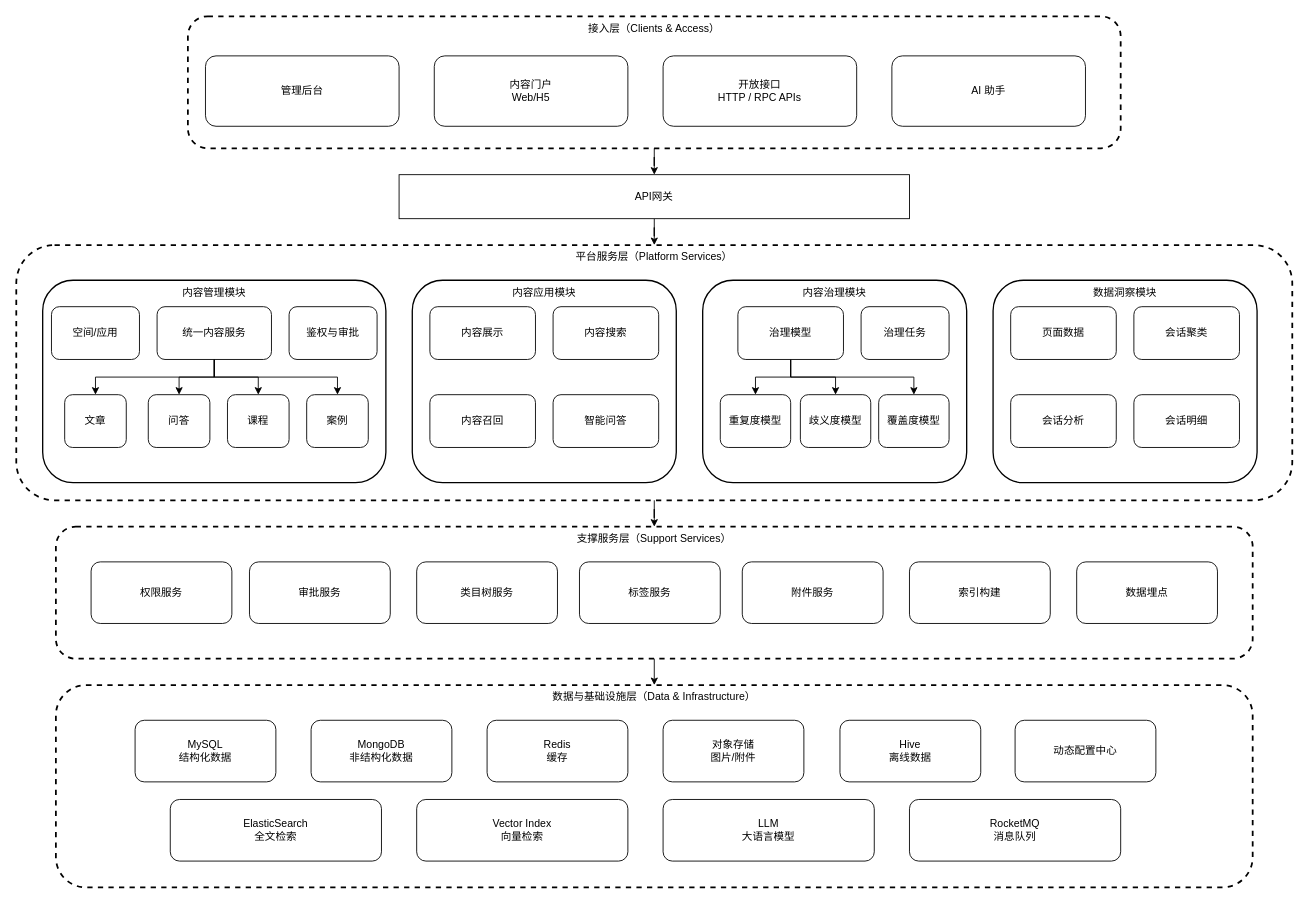
The draw.io diagram page "系统架构图" (9 of 25) of figure/figures.drawio in jqq04/nju-thesis-2026, before the edit. Source tidied: cells renumbered, new cells numbered last; positions are measured from the earlier drawing's top-left corner, leaving out a move shared by most shapes. Both pictures are drawn from the tidied source at 88%, with x=0, y=0 at pixel (16, 16).
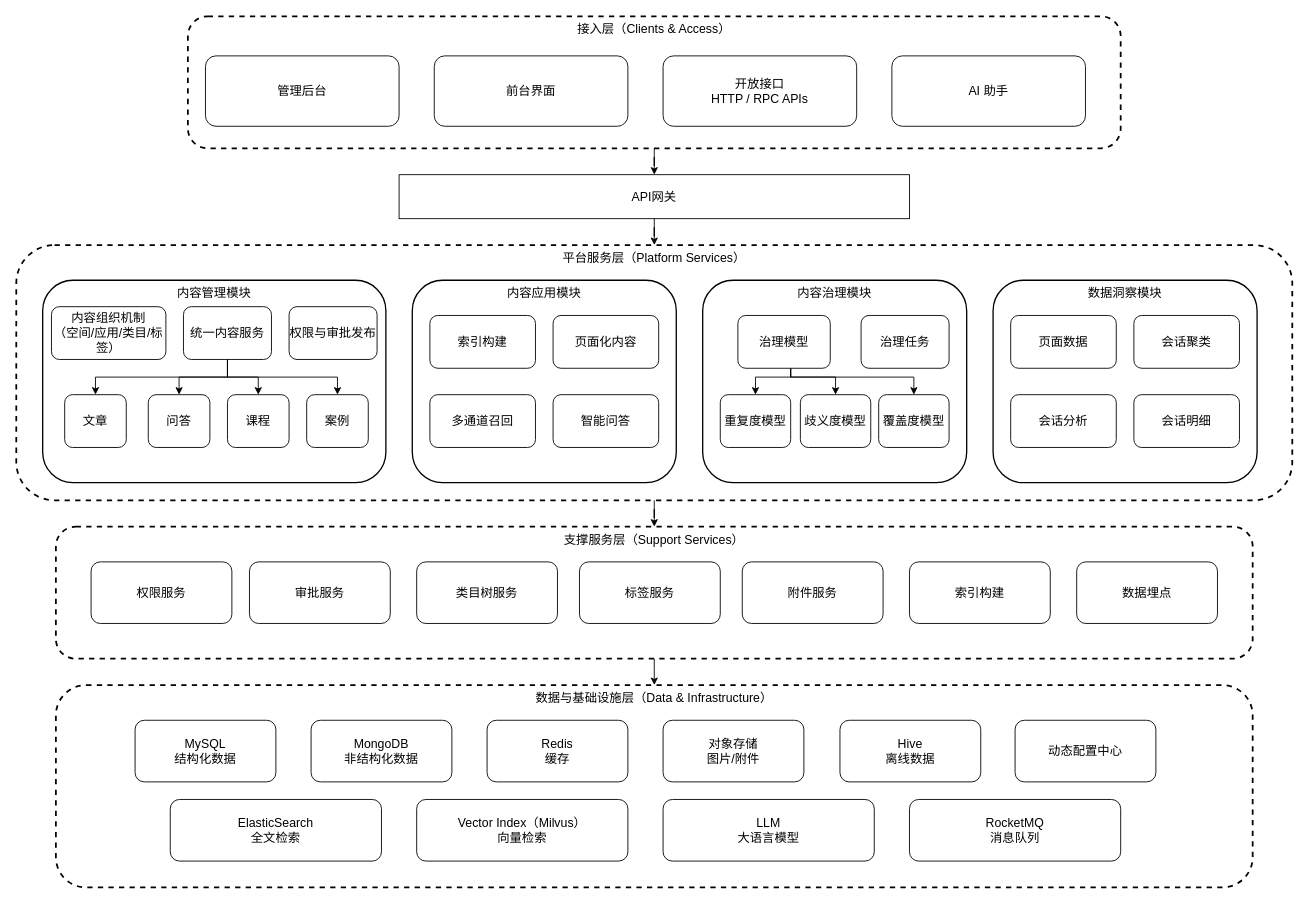
Above is the later version.

The edit, as a diff of the source:
```diff
@@
-    <mxCell id="2" style="edgeStyle=orthogonalEdgeStyle;rounded=0;jettySize=auto;html=1;entryX=0.5;entryY=0;entryDx=0;entryDy=0;" parent="1" edge="1" source="3" target="18">
+    <mxCell id="2" style="edgeStyle=orthogonalEdgeStyle;rounded=0;jettySize=auto;html=1;entryX=0.5;entryY=0;entryDx=0;entryDy=0;fontSize=14;" parent="1" edge="1" source="3" target="18">
       <mxGeometry relative="1" as="geometry" />
     </mxCell>
-    <mxCell id="3" value="平台服务层（Platform Services）" style="rounded=1;whiteSpace=wrap;html=1;strokeWidth=2;fillColor=none;verticalAlign=top;dashed=1;" parent="1" vertex="1">
+    <mxCell id="3" value="平台服务层（Platform Services）" style="rounded=1;whiteSpace=wrap;html=1;strokeWidth=2;fillColor=none;verticalAlign=top;dashed=1;fontSize=14;" parent="1" vertex="1">
       <mxGeometry y="260" width="1450" height="290" as="geometry" />
     </mxCell>
-    <mxCell id="4" style="edgeStyle=orthogonalEdgeStyle;rounded=0;jettySize=auto;html=1;" parent="1" edge="1" source="5" target="60">
+    <mxCell id="4" style="edgeStyle=orthogonalEdgeStyle;rounded=0;jettySize=auto;html=1;fontSize=14;" parent="1" edge="1" source="5" target="60">
       <mxGeometry relative="1" as="geometry" />
     </mxCell>
-    <mxCell id="5" value="接入层（Clients &amp;amp; Access）" style="rounded=1;whiteSpace=wrap;html=1;strokeWidth=2;fillColor=none;align=center;verticalAlign=top;dashed=1;" parent="1" vertex="1">
+    <mxCell id="5" value="接入层（Clients &amp;amp; Access）" style="rounded=1;whiteSpace=wrap;html=1;strokeWidth=2;fillColor=none;align=center;verticalAlign=top;dashed=1;fontSize=14;" parent="1" vertex="1">
       <mxGeometry x="195" width="1060" height="150" as="geometry" />
     </mxCell>
-    <mxCell id="6" value="数据与基础设施层（Data &amp; Infrastructure）" style="rounded=1;whiteSpace=wrap;html=1;strokeWidth=2;fillColor=none;verticalAlign=top;dashed=1;" parent="1" vertex="1">
+    <mxCell id="6" value="数据与基础设施层（Data &amp;amp; Infrastructure）" style="rounded=1;whiteSpace=wrap;html=1;strokeWidth=2;fillColor=none;verticalAlign=top;dashed=1;fontSize=14;" parent="1" vertex="1">
       <mxGeometry x="45" y="760" width="1360" height="230" as="geometry" />
     </mxCell>
-    <mxCell id="7" value="管理后台" style="rounded=1;whiteSpace=wrap;html=1;" parent="1" vertex="1">
+    <mxCell id="7" value="管理后台" style="rounded=1;whiteSpace=wrap;html=1;fontSize=14;" parent="1" vertex="1">
       <mxGeometry x="215" y="45" width="220" height="80" as="geometry" />
     </mxCell>
-    <mxCell id="8" value="内容门户&lt;br&gt;&lt;div&gt;Web/H5&lt;/div&gt;" style="rounded=1;whiteSpace=wrap;html=1;" parent="1" vertex="1">
+    <mxCell id="8" value="前台界面" style="rounded=1;whiteSpace=wrap;html=1;fontSize=14;" parent="1" vertex="1">
       <mxGeometry x="475" y="45" width="220" height="80" as="geometry" />
     </mxCell>
-    <mxCell id="9" value="开放接口&#10;HTTP / RPC APIs" style="rounded=1;whiteSpace=wrap;html=1;" parent="1" vertex="1">
+    <mxCell id="9" value="开放接口&#10;HTTP / RPC APIs" style="rounded=1;whiteSpace=wrap;html=1;fontSize=14;" parent="1" vertex="1">
       <mxGeometry x="735" y="45" width="220" height="80" as="geometry" />
     </mxCell>
-    <mxCell id="10" value="AI 助手" style="rounded=1;whiteSpace=wrap;html=1;" parent="1" vertex="1">
+    <mxCell id="10" value="AI 助手" style="rounded=1;whiteSpace=wrap;html=1;fontSize=14;" parent="1" vertex="1">
       <mxGeometry x="995" y="45" width="220" height="80" as="geometry" />
     </mxCell>
-    <mxCell id="11" value="MySQL&lt;br&gt;结构化数据" style="rounded=1;whiteSpace=wrap;html=1;" parent="1" vertex="1">
+    <mxCell id="11" value="MySQL&lt;br&gt;结构化数据" style="rounded=1;whiteSpace=wrap;html=1;fontSize=14;" parent="1" vertex="1">
       <mxGeometry x="135" y="800" width="160" height="70" as="geometry" />
     </mxCell>
-    <mxCell id="12" value="MongoDB&lt;br&gt;非结构化数据" style="rounded=1;whiteSpace=wrap;html=1;" parent="1" vertex="1">
+    <mxCell id="12" value="MongoDB&lt;br&gt;非结构化数据" style="rounded=1;whiteSpace=wrap;html=1;fontSize=14;" parent="1" vertex="1">
       <mxGeometry x="335" y="800" width="160" height="70" as="geometry" />
     </mxCell>
-    <mxCell id="13" value="Redis&lt;br&gt;缓存" style="rounded=1;whiteSpace=wrap;html=1;" parent="1" vertex="1">
+    <mxCell id="13" value="Redis&lt;br&gt;缓存" style="rounded=1;whiteSpace=wrap;html=1;fontSize=14;" parent="1" vertex="1">
       <mxGeometry x="535" y="800" width="160" height="70" as="geometry" />
     </mxCell>
-    <mxCell id="14" value="对象存储&#10;图片/附件" style="rounded=1;whiteSpace=wrap;html=1;" parent="1" vertex="1">
+    <mxCell id="14" value="对象存储&#10;图片/附件" style="rounded=1;whiteSpace=wrap;html=1;fontSize=14;" parent="1" vertex="1">
       <mxGeometry x="735" y="800" width="160" height="70" as="geometry" />
     </mxCell>
-    <mxCell id="15" value="ElasticSearch&lt;br&gt;全文检索" style="rounded=1;whiteSpace=wrap;html=1;" parent="1" vertex="1">
+    <mxCell id="15" value="ElasticSearch&lt;br&gt;全文检索" style="rounded=1;whiteSpace=wrap;html=1;fontSize=14;" parent="1" vertex="1">
       <mxGeometry x="175" y="890" width="240" height="70" as="geometry" />
     </mxCell>
-    <mxCell id="16" value="Vector Index&lt;br&gt;向量检索" style="rounded=1;whiteSpace=wrap;html=1;" parent="1" vertex="1">
+    <mxCell id="16" value="Vector Index（Milvus）&lt;br&gt;向量检索" style="rounded=1;whiteSpace=wrap;html=1;fontSize=14;" parent="1" vertex="1">
       <mxGeometry x="455" y="890" width="240" height="70" as="geometry" />
     </mxCell>
-    <mxCell id="17" style="edgeStyle=orthogonalEdgeStyle;rounded=0;jettySize=auto;html=1;exitX=0.5;exitY=1;exitDx=0;exitDy=0;entryX=0.5;entryY=0;entryDx=0;entryDy=0;" parent="1" edge="1" source="18" target="6">
+    <mxCell id="17" style="edgeStyle=orthogonalEdgeStyle;rounded=0;jettySize=auto;html=1;exitX=0.5;exitY=1;exitDx=0;exitDy=0;entryX=0.5;entryY=0;entryDx=0;entryDy=0;fontSize=14;" parent="1" edge="1" source="18" target="6">
       <mxGeometry relative="1" as="geometry" />
     </mxCell>
-    <mxCell id="18" value="支撑服务层（Support Services）" style="rounded=1;whiteSpace=wrap;html=1;strokeWidth=2;fillColor=none;verticalAlign=top;dashed=1;" parent="1" vertex="1">
+    <mxCell id="18" value="支撑服务层（Support Services）" style="rounded=1;whiteSpace=wrap;html=1;strokeWidth=2;fillColor=none;verticalAlign=top;dashed=1;fontSize=14;" parent="1" vertex="1">
       <mxGeometry x="45" y="580" width="1360" height="150" as="geometry" />
     </mxCell>
-    <mxCell id="19" value="权限服务" style="rounded=1;whiteSpace=wrap;html=1;" parent="1" vertex="1">
+    <mxCell id="19" value="权限服务" style="rounded=1;whiteSpace=wrap;html=1;fontSize=14;" parent="1" vertex="1">
       <mxGeometry x="85" y="620" width="160" height="70" as="geometry" />
     </mxCell>
-    <mxCell id="20" value="类目树服务" style="rounded=1;whiteSpace=wrap;html=1;" parent="1" vertex="1">
+    <mxCell id="20" value="类目树服务" style="rounded=1;whiteSpace=wrap;html=1;fontSize=14;" parent="1" vertex="1">
       <mxGeometry x="455" y="620" width="160" height="70" as="geometry" />
     </mxCell>
-    <mxCell id="21" value="标签服务" style="rounded=1;whiteSpace=wrap;html=1;" parent="1" vertex="1">
+    <mxCell id="21" value="标签服务" style="rounded=1;whiteSpace=wrap;html=1;fontSize=14;" parent="1" vertex="1">
       <mxGeometry x="640" y="620" width="160" height="70" as="geometry" />
     </mxCell>
-    <mxCell id="22" value="附件服务" style="rounded=1;whiteSpace=wrap;html=1;" parent="1" vertex="1">
+    <mxCell id="22" value="附件服务" style="rounded=1;whiteSpace=wrap;html=1;fontSize=14;" parent="1" vertex="1">
       <mxGeometry x="825" y="620" width="160" height="70" as="geometry" />
     </mxCell>
-    <mxCell id="23" value="索引构建" style="rounded=1;whiteSpace=wrap;html=1;" parent="1" vertex="1">
+    <mxCell id="23" value="索引构建" style="rounded=1;whiteSpace=wrap;html=1;fontSize=14;" parent="1" vertex="1">
       <mxGeometry x="1015" y="620" width="160" height="70" as="geometry" />
     </mxCell>
-    <mxCell id="24" style="group;" parent="1" vertex="1">
+    <mxCell id="24" style="group;fontSize=14;" parent="1" vertex="1">
       <mxGeometry x="30" y="300" width="390" height="230" as="geometry" />
     </mxCell>
-    <mxCell id="25" value="内容管理模块" style="rounded=1;whiteSpace=wrap;html=1;strokeWidth=1.5;fillColor=none;verticalAlign=top;" parent="24" vertex="1">
+    <mxCell id="25" value="内容管理模块" style="rounded=1;whiteSpace=wrap;html=1;strokeWidth=1.5;fillColor=none;verticalAlign=top;fontSize=14;" parent="24" vertex="1">
       <mxGeometry width="390" height="230" as="geometry" />
     </mxCell>
-    <mxCell id="26" value="空间/应用" style="rounded=1;whiteSpace=wrap;html=1;" parent="24" vertex="1">
-      <mxGeometry x="10" y="30" width="100" height="60" as="geometry" />
+    <mxCell id="26" value="内容组织机制&lt;div&gt;（空间/应用/类目/标签）&lt;/div&gt;" style="rounded=1;whiteSpace=wrap;html=1;fontSize=14;" parent="24" vertex="1">
+      <mxGeometry x="10" y="30" width="130" height="60" as="geometry" />
     </mxCell>
-    <mxCell id="27" style="edgeStyle=orthogonalEdgeStyle;rounded=0;jettySize=auto;html=1;entryX=0.5;entryY=0;entryDx=0;entryDy=0;" parent="24" edge="1" source="30" target="33">
+    <mxCell id="27" style="edgeStyle=orthogonalEdgeStyle;rounded=0;jettySize=auto;html=1;entryX=0.5;entryY=0;entryDx=0;entryDy=0;fontSize=14;" parent="24" edge="1" source="30" target="33">
       <mxGeometry relative="1" as="geometry" />
     </mxCell>
-    <mxCell id="28" style="edgeStyle=orthogonalEdgeStyle;rounded=0;jettySize=auto;html=1;entryX=0.5;entryY=0;entryDx=0;entryDy=0;" parent="24" edge="1" source="30" target="34">
+    <mxCell id="28" style="edgeStyle=orthogonalEdgeStyle;rounded=0;jettySize=auto;html=1;entryX=0.5;entryY=0;entryDx=0;entryDy=0;fontSize=14;" parent="24" edge="1" source="30" target="34">
       <mxGeometry relative="1" as="geometry" />
     </mxCell>
-    <mxCell id="29" style="edgeStyle=orthogonalEdgeStyle;rounded=0;jettySize=auto;html=1;exitX=0.5;exitY=1;exitDx=0;exitDy=0;entryX=0.5;entryY=0;entryDx=0;entryDy=0;" parent="24" edge="1" source="30" target="35">
+    <mxCell id="29" style="edgeStyle=orthogonalEdgeStyle;rounded=0;jettySize=auto;html=1;exitX=0.5;exitY=1;exitDx=0;exitDy=0;entryX=0.5;entryY=0;entryDx=0;entryDy=0;fontSize=14;" parent="24" edge="1" source="30" target="35">
       <mxGeometry relative="1" as="geometry">
         <Array as="points">
-          <mxPoint x="195" y="110" />
+          <mxPoint x="210" y="110" />
           <mxPoint x="335" y="110" />
         </Array>
       </mxGeometry>
     </mxCell>
-    <mxCell id="30" value="统一内容服务" style="rounded=1;whiteSpace=wrap;html=1;" parent="24" vertex="1">
-      <mxGeometry x="130" y="30" width="130" height="60" as="geometry" />
+    <mxCell id="30" value="统一内容服务" style="rounded=1;whiteSpace=wrap;html=1;fontSize=14;" parent="24" vertex="1">
+      <mxGeometry x="160" y="30" width="100" height="60" as="geometry" />
     </mxCell>
-    <mxCell id="31" value="鉴权与审批" style="rounded=1;whiteSpace=wrap;html=1;" parent="24" vertex="1">
+    <mxCell id="31" value="权限与审批发布" style="rounded=1;whiteSpace=wrap;html=1;fontSize=14;" parent="24" vertex="1">
       <mxGeometry x="280" y="30" width="100" height="60" as="geometry" />
     </mxCell>
-    <mxCell id="32" value="文章" style="rounded=1;whiteSpace=wrap;html=1;" parent="24" vertex="1">
+    <mxCell id="32" value="文章" style="rounded=1;whiteSpace=wrap;html=1;fontSize=14;" parent="24" vertex="1">
       <mxGeometry x="25" y="130" width="70" height="60" as="geometry" />
     </mxCell>
-    <mxCell id="33" value="问答" style="rounded=1;whiteSpace=wrap;html=1;" parent="24" vertex="1">
+    <mxCell id="33" value="问答" style="rounded=1;whiteSpace=wrap;html=1;fontSize=14;" parent="24" vertex="1">
       <mxGeometry x="120" y="130" width="70" height="60" as="geometry" />
     </mxCell>
-    <mxCell id="34" value="课程" style="rounded=1;whiteSpace=wrap;html=1;" parent="24" vertex="1">
+    <mxCell id="34" value="课程" style="rounded=1;whiteSpace=wrap;html=1;fontSize=14;" parent="24" vertex="1">
       <mxGeometry x="210" y="130" width="70" height="60" as="geometry" />
     </mxCell>
-    <mxCell id="35" value="案例" style="rounded=1;whiteSpace=wrap;html=1;" parent="24" vertex="1">
+    <mxCell id="35" value="案例" style="rounded=1;whiteSpace=wrap;html=1;fontSize=14;" parent="24" vertex="1">
       <mxGeometry x="300" y="130" width="70" height="60" as="geometry" />
     </mxCell>
-    <mxCell id="36" style="edgeStyle=orthogonalEdgeStyle;rounded=0;jettySize=auto;html=1;entryX=0.5;entryY=0;entryDx=0;entryDy=0;" parent="24" edge="1" source="30" target="32">
+    <mxCell id="36" style="edgeStyle=orthogonalEdgeStyle;rounded=0;jettySize=auto;html=1;entryX=0.5;entryY=0;entryDx=0;entryDy=0;fontSize=14;" parent="24" edge="1" source="30" target="32">
       <mxGeometry relative="1" as="geometry">
         <Array as="points">
-          <mxPoint x="195" y="110" />
+          <mxPoint x="210" y="110" />
           <mxPoint x="60" y="110" />
         </Array>
       </mxGeometry>
     </mxCell>
-    <mxCell id="37" value="内容应用模块" style="rounded=1;whiteSpace=wrap;html=1;strokeWidth=1.5;fillColor=none;verticalAlign=top;" parent="1" vertex="1">
+    <mxCell id="37" value="内容应用模块" style="rounded=1;whiteSpace=wrap;html=1;strokeWidth=1.5;fillColor=none;verticalAlign=top;fontSize=14;" parent="1" vertex="1">
       <mxGeometry x="450" y="300" width="300" height="230" as="geometry" />
     </mxCell>
-    <mxCell id="38" value="内容搜索" style="rounded=1;whiteSpace=wrap;html=1;" parent="1" vertex="1">
-      <mxGeometry x="610" y="330" width="120" height="60" as="geometry" />
+    <mxCell id="38" value="页面化内容" style="rounded=1;whiteSpace=wrap;html=1;fontSize=14;" parent="1" vertex="1">
+      <mxGeometry x="610" y="340" width="120" height="60" as="geometry" />
     </mxCell>
-    <mxCell id="39" value="内容展示" style="rounded=1;whiteSpace=wrap;html=1;" parent="1" vertex="1">
-      <mxGeometry x="470" y="330" width="120" height="60" as="geometry" />
+    <mxCell id="39" value="索引构建" style="rounded=1;whiteSpace=wrap;html=1;fontSize=14;" parent="1" vertex="1">
+      <mxGeometry x="470" y="340" width="120" height="60" as="geometry" />
     </mxCell>
-    <mxCell id="40" value="内容召回" style="rounded=1;whiteSpace=wrap;html=1;" parent="1" vertex="1">
+    <mxCell id="40" value="多通道召回" style="rounded=1;whiteSpace=wrap;html=1;fontSize=14;" parent="1" vertex="1">
       <mxGeometry x="470" y="430" width="120" height="60" as="geometry" />
     </mxCell>
-    <mxCell id="41" value="智能问答" style="rounded=1;whiteSpace=wrap;html=1;" parent="1" vertex="1">
+    <mxCell id="41" value="智能问答" style="rounded=1;whiteSpace=wrap;html=1;fontSize=14;" parent="1" vertex="1">
       <mxGeometry x="610" y="430" width="120" height="60" as="geometry" />
     </mxCell>
-    <mxCell id="42" value="内容治理模块" style="rounded=1;whiteSpace=wrap;html=1;strokeWidth=1.5;fillColor=none;verticalAlign=top;" parent="1" vertex="1">
+    <mxCell id="42" value="内容治理模块" style="rounded=1;whiteSpace=wrap;html=1;strokeWidth=1.5;fillColor=none;verticalAlign=top;fontSize=14;" parent="1" vertex="1">
       <mxGeometry x="780" y="300" width="300" height="230" as="geometry" />
     </mxCell>
-    <mxCell id="43" style="edgeStyle=orthogonalEdgeStyle;rounded=0;jettySize=auto;html=1;" parent="1" edge="1" source="46" target="47">
+    <mxCell id="43" style="edgeStyle=orthogonalEdgeStyle;rounded=0;jettySize=auto;html=1;fontSize=14;" parent="1" edge="1" source="46" target="47">
       <mxGeometry relative="1" as="geometry">
         <Array as="points">
           <mxPoint x="880" y="410" />
           <mxPoint x="840" y="410" />
         </Array>
       </mxGeometry>
     </mxCell>
-    <mxCell id="44" style="edgeStyle=orthogonalEdgeStyle;rounded=0;jettySize=auto;html=1;" parent="1" edge="1" source="46" target="61">
+    <mxCell id="44" style="edgeStyle=orthogonalEdgeStyle;rounded=0;jettySize=auto;html=1;fontSize=14;" parent="1" edge="1" source="46" target="61">
       <mxGeometry relative="1" as="geometry">
         <Array as="points">
           <mxPoint x="880" y="410" />
           <mxPoint x="931" y="410" />
         </Array>
       </mxGeometry>
     </mxCell>
-    <mxCell id="45" style="edgeStyle=orthogonalEdgeStyle;rounded=0;jettySize=auto;html=1;" parent="1" edge="1" source="46" target="62">
+    <mxCell id="45" style="edgeStyle=orthogonalEdgeStyle;rounded=0;jettySize=auto;html=1;fontSize=14;" parent="1" edge="1" source="46" target="62">
       <mxGeometry relative="1" as="geometry">
         <Array as="points">
           <mxPoint x="880" y="410" />
           <mxPoint x="1020" y="410" />
         </Array>
       </mxGeometry>
     </mxCell>
-    <mxCell id="46" value="治理模型" style="rounded=1;whiteSpace=wrap;html=1;" parent="1" vertex="1">
-      <mxGeometry x="820" y="330" width="120" height="60" as="geometry" />
+    <mxCell id="46" value="治理模型" style="rounded=1;whiteSpace=wrap;html=1;fontSize=14;" parent="1" vertex="1">
+      <mxGeometry x="820" y="340" width="105" height="60" as="geometry" />
     </mxCell>
-    <mxCell id="47" value="重复度模型" style="rounded=1;whiteSpace=wrap;html=1;" parent="1" vertex="1">
+    <mxCell id="47" value="重复度模型" style="rounded=1;whiteSpace=wrap;html=1;fontSize=14;" parent="1" vertex="1">
       <mxGeometry x="800" y="430" width="80" height="60" as="geometry" />
     </mxCell>
-    <mxCell id="48" value="治理任务" style="rounded=1;whiteSpace=wrap;html=1;" parent="1" vertex="1">
-      <mxGeometry x="960" y="330" width="100" height="60" as="geometry" />
+    <mxCell id="48" value="治理任务" style="rounded=1;whiteSpace=wrap;html=1;fontSize=14;" parent="1" vertex="1">
+      <mxGeometry x="960" y="340" width="100" height="60" as="geometry" />
     </mxCell>
-    <mxCell id="49" value="Hive&lt;div&gt;离线数据&lt;/div&gt;" style="rounded=1;whiteSpace=wrap;html=1;" parent="1" vertex="1">
+    <mxCell id="49" value="Hive&lt;div&gt;离线数据&lt;/div&gt;" style="rounded=1;whiteSpace=wrap;html=1;fontSize=14;" parent="1" vertex="1">
       <mxGeometry x="936" y="800" width="160" height="70" as="geometry" />
     </mxCell>
-    <mxCell id="50" value="数据洞察模块" style="rounded=1;whiteSpace=wrap;html=1;strokeWidth=1.5;fillColor=none;verticalAlign=top;" parent="1" vertex="1">
+    <mxCell id="50" value="数据洞察模块" style="rounded=1;whiteSpace=wrap;html=1;strokeWidth=1.5;fillColor=none;verticalAlign=top;fontSize=14;" parent="1" vertex="1">
       <mxGeometry x="1110" y="300" width="300" height="230" as="geometry" />
     </mxCell>
-    <mxCell id="51" value="会话聚类" style="rounded=1;whiteSpace=wrap;html=1;" parent="1" vertex="1">
-      <mxGeometry x="1270" y="330" width="120" height="60" as="geometry" />
+    <mxCell id="51" value="会话聚类" style="rounded=1;whiteSpace=wrap;html=1;fontSize=14;" parent="1" vertex="1">
+      <mxGeometry x="1270" y="340" width="120" height="60" as="geometry" />
     </mxCell>
-    <mxCell id="52" value="页面数据" style="rounded=1;whiteSpace=wrap;html=1;" parent="1" vertex="1">
-      <mxGeometry x="1130" y="330" width="120" height="60" as="geometry" />
+    <mxCell id="52" value="页面数据" style="rounded=1;whiteSpace=wrap;html=1;fontSize=14;" parent="1" vertex="1">
+      <mxGeometry x="1130" y="340" width="120" height="60" as="geometry" />
     </mxCell>
-    <mxCell id="53" value="会话分析" style="rounded=1;whiteSpace=wrap;html=1;" parent="1" vertex="1">
+    <mxCell id="53" value="会话分析" style="rounded=1;whiteSpace=wrap;html=1;fontSize=14;" parent="1" vertex="1">
       <mxGeometry x="1130" y="430" width="120" height="60" as="geometry" />
     </mxCell>
-    <mxCell id="54" value="会话明细" style="rounded=1;whiteSpace=wrap;html=1;" parent="1" vertex="1">
+    <mxCell id="54" value="会话明细" style="rounded=1;whiteSpace=wrap;html=1;fontSize=14;" parent="1" vertex="1">
       <mxGeometry x="1270" y="430" width="120" height="60" as="geometry" />
     </mxCell>
-    <mxCell id="55" value="数据埋点" style="rounded=1;whiteSpace=wrap;html=1;" parent="1" vertex="1">
+    <mxCell id="55" value="数据埋点" style="rounded=1;whiteSpace=wrap;html=1;fontSize=14;" parent="1" vertex="1">
       <mxGeometry x="1205" y="620" width="160" height="70" as="geometry" />
     </mxCell>
-    <mxCell id="56" value="动态配置中心" style="rounded=1;whiteSpace=wrap;html=1;" parent="1" vertex="1">
+    <mxCell id="56" value="动态配置中心" style="rounded=1;whiteSpace=wrap;html=1;fontSize=14;" parent="1" vertex="1">
       <mxGeometry x="1135" y="800" width="160" height="70" as="geometry" />
     </mxCell>
-    <mxCell id="57" value="&lt;div&gt;LLM&lt;/div&gt;大语言模型" style="rounded=1;whiteSpace=wrap;html=1;" parent="1" vertex="1">
+    <mxCell id="57" value="&lt;div&gt;LLM&lt;/div&gt;大语言模型" style="rounded=1;whiteSpace=wrap;html=1;fontSize=14;" parent="1" vertex="1">
       <mxGeometry x="735" y="890" width="240" height="70" as="geometry" />
     </mxCell>
-    <mxCell id="58" value="RocketMQ&lt;div&gt;消息队列&lt;/div&gt;" style="rounded=1;whiteSpace=wrap;html=1;" parent="1" vertex="1">
+    <mxCell id="58" value="RocketMQ&lt;div&gt;消息队列&lt;/div&gt;" style="rounded=1;whiteSpace=wrap;html=1;fontSize=14;" parent="1" vertex="1">
       <mxGeometry x="1015" y="890" width="240" height="70" as="geometry" />
     </mxCell>
-    <mxCell id="59" style="edgeStyle=orthogonalEdgeStyle;rounded=0;jettySize=auto;html=1;entryX=0.5;entryY=0;entryDx=0;entryDy=0;" parent="1" edge="1" source="60" target="3">
+    <mxCell id="59" style="edgeStyle=orthogonalEdgeStyle;rounded=0;jettySize=auto;html=1;entryX=0.5;entryY=0;entryDx=0;entryDy=0;fontSize=14;" parent="1" edge="1" source="60" target="3">
       <mxGeometry relative="1" as="geometry" />
     </mxCell>
-    <mxCell id="60" value="API网关" style="rounded=0;whiteSpace=wrap;html=1;" parent="1" vertex="1">
+    <mxCell id="60" value="API网关" style="rounded=0;whiteSpace=wrap;html=1;fontSize=14;" parent="1" vertex="1">
       <mxGeometry x="435" y="180" width="580" height="50" as="geometry" />
     </mxCell>
-    <mxCell id="61" value="歧义度模型" style="rounded=1;whiteSpace=wrap;html=1;" parent="1" vertex="1">
+    <mxCell id="61" value="歧义度模型" style="rounded=1;whiteSpace=wrap;html=1;fontSize=14;" parent="1" vertex="1">
       <mxGeometry x="891" y="430" width="80" height="60" as="geometry" />
     </mxCell>
-    <mxCell id="62" value="覆盖度模型" style="rounded=1;whiteSpace=wrap;html=1;" parent="1" vertex="1">
+    <mxCell id="62" value="覆盖度模型" style="rounded=1;whiteSpace=wrap;html=1;fontSize=14;" parent="1" vertex="1">
       <mxGeometry x="980" y="430" width="80" height="60" as="geometry" />
     </mxCell>
-    <mxCell id="63" value="审批服务" style="rounded=1;whiteSpace=wrap;html=1;" parent="1" vertex="1">
+    <mxCell id="63" value="审批服务" style="rounded=1;whiteSpace=wrap;html=1;fontSize=14;" parent="1" vertex="1">
       <mxGeometry x="265" y="620" width="160" height="70" as="geometry" />
     </mxCell>
```
